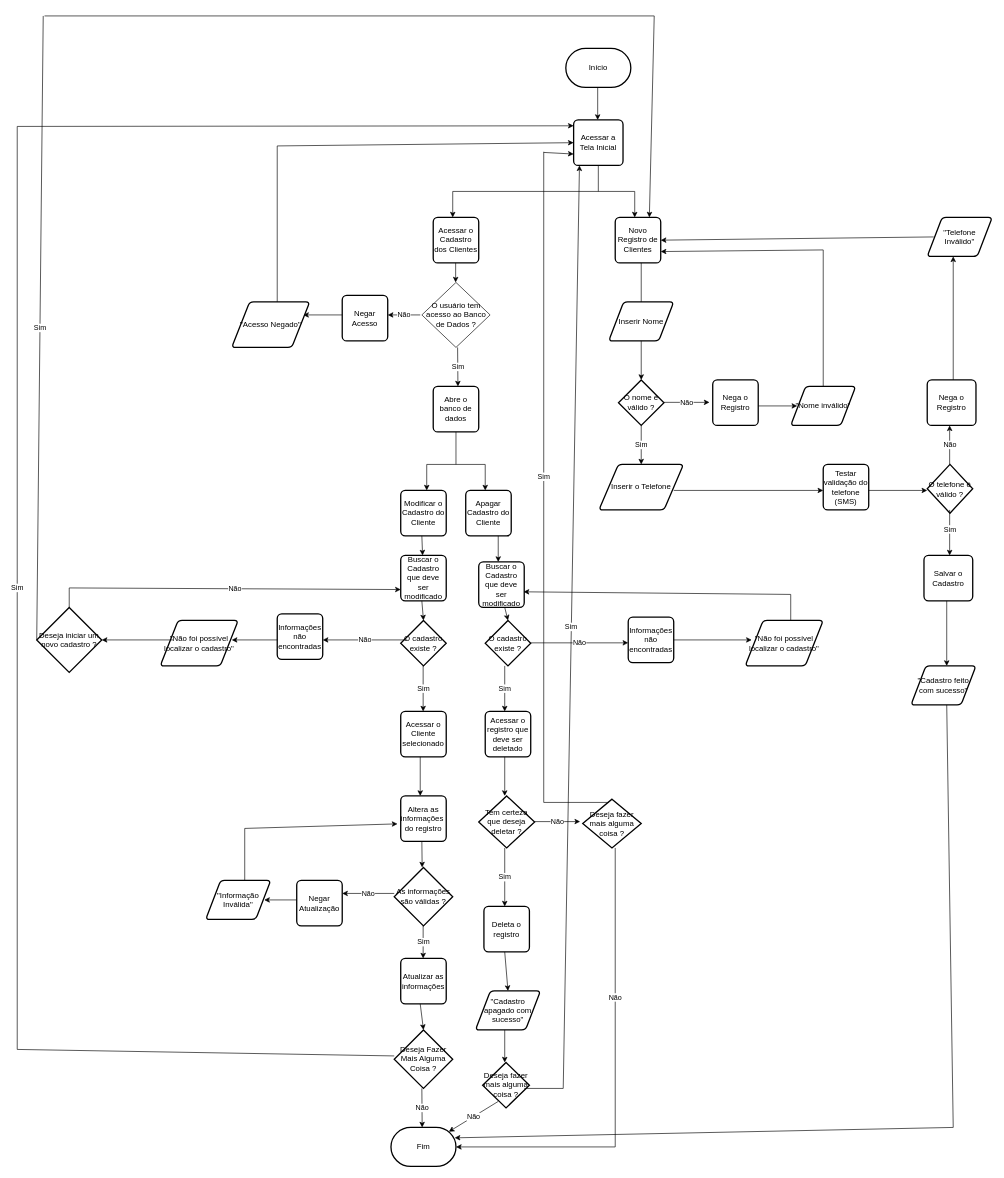
This is page "Página-1" (1 of 2) of DOC/Fluxograma.drawio from GuilhermeIgarashi7/avatar-Fluxograma, a draw.io file, before an edit. Source tidied: cells renumbered, new cells numbered last; positions are measured from the earlier drawing's top-left corner, leaving out a move shared by most shapes. Both pictures are drawn from the tidied source at 65%, with x=0, y=0 at pixel (17, 16).
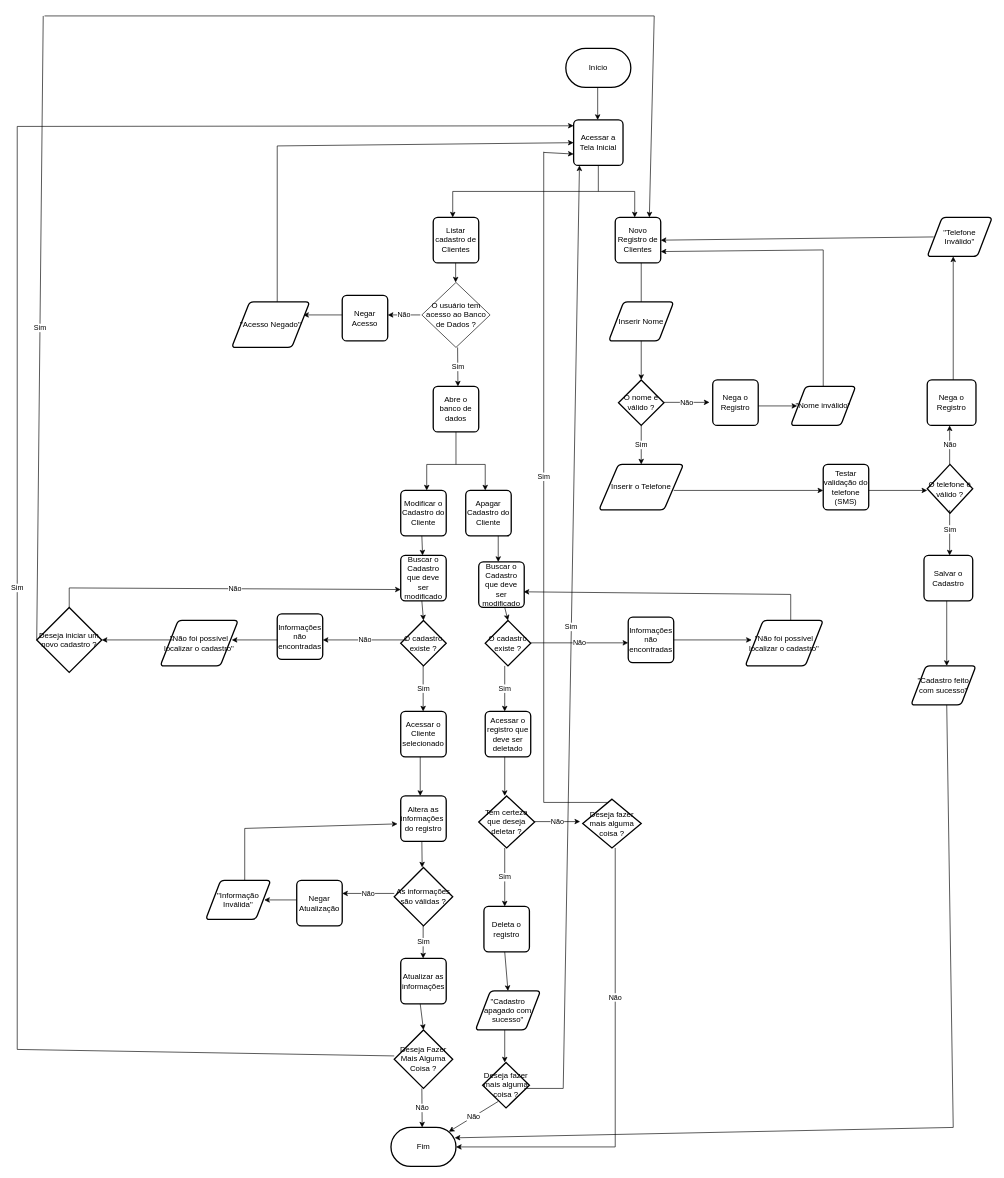
The same diagram, later.

Commit message:
terceiro dia

Change to the diagram source:
```diff
@@
-    <mxCell id="10" value="Acessar o Cadastro dos Clientes" style="rounded=1;whiteSpace=wrap;html=1;absoluteArcSize=1;arcSize=14;strokeWidth=2;" parent="1" vertex="1">
+    <mxCell id="10" value="Listar cadastro de Clientes" style="rounded=1;whiteSpace=wrap;html=1;absoluteArcSize=1;arcSize=14;strokeWidth=2;" parent="1" vertex="1">
       <mxGeometry x="640" y="310" width="70" height="70" as="geometry" />
     </mxCell>
```
